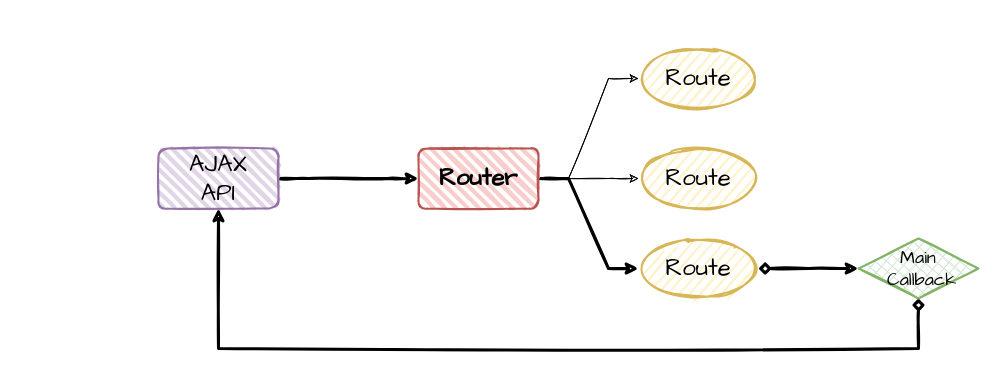
KonghaYao/jspider keeps this draw.io diagram as FakeServer/FakeServer.drawio. Above is the earlier version. Source tidied: cells renumbered, new cells numbered last; positions are measured from the earlier drawing's top-left corner, leaving out a move shared by most shapes. Both pictures are drawn from the tidied source at 100%, with x=0, y=0 at pixel (158, 48).
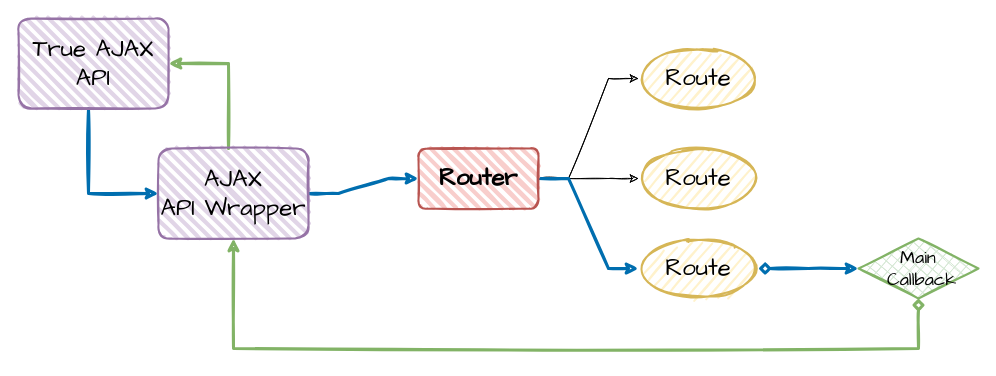
The same diagram, later.

The change refers to these unchanged cells:
```xml
<mxCell id="5" value="Router" style="rounded=1;whiteSpace=wrap;html=1;strokeWidth=2;fillWeight=4;hachureGap=8;hachureAngle=45;fillColor=#f8cecc;sketch=1;strokeColor=#b85450;fontStyle=1;fontFamily=Comic Sans MS;fontSize=24;" parent="1" vertex="1">
  <mxGeometry x="260" y="100" width="120" height="60" as="geometry" />
</mxCell>
<mxCell id="11" value="Route" style="ellipse;whiteSpace=wrap;html=1;strokeWidth=2;fillWeight=2;hachureGap=8;fillColor=#fff2cc;fillStyle=dots;sketch=1;fontFamily=Comic Sans MS;fontSize=24;strokeColor=#d6b656;" parent="1" vertex="1">
  <mxGeometry x="480" y="190" width="120" height="60" as="geometry" />
</mxCell>
<mxCell id="13" value="Main&lt;br&gt;&amp;nbsp;Callback" style="rhombus;whiteSpace=wrap;html=1;strokeWidth=2;fillWeight=-1;hachureGap=8;fillStyle=cross-hatch;fillColor=#d5e8d4;sketch=1;fontFamily=Comic Sans MS;fontSize=18;strokeColor=#82b366;" parent="1" vertex="1">
  <mxGeometry x="700" y="190" width="120" height="60" as="geometry" />
</mxCell>
```

Change to the diagram source:
```diff
@@
-    <mxCell id="4" style="edgeStyle=entityRelationEdgeStyle;rounded=0;sketch=1;jettySize=auto;html=1;fontFamily=Comic Sans MS;fontSize=24;strokeWidth=3;" parent="1" edge="1" source="5" target="11">
+    <mxCell id="4" style="edgeStyle=entityRelationEdgeStyle;rounded=0;sketch=1;jettySize=auto;html=1;fontFamily=Comic Sans MS;fontSize=24;strokeWidth=3;fillColor=#1ba1e2;strokeColor=#006EAF;" parent="1" edge="1" source="5" target="11">
       <mxGeometry relative="1" as="geometry" />
     </mxCell>
@@
-    <mxCell id="6" style="edgeStyle=entityRelationEdgeStyle;rounded=0;jettySize=auto;html=1;entryX=0;entryY=0.5;entryDx=0;entryDy=0;fontFamily=Comic Sans MS;fontSize=24;sketch=1;strokeWidth=3;" parent="1" edge="1" source="7" target="5">
+    <mxCell id="6" style="edgeStyle=entityRelationEdgeStyle;rounded=0;jettySize=auto;html=1;entryX=0;entryY=0.5;entryDx=0;entryDy=0;fontFamily=Comic Sans MS;fontSize=24;sketch=1;strokeWidth=3;fillColor=#1ba1e2;strokeColor=#006EAF;" parent="1" edge="1" source="7" target="5">
       <mxGeometry relative="1" as="geometry" />
     </mxCell>
+    <mxCell id="14" style="edgeStyle=elbowEdgeStyle;rounded=0;sketch=1;jettySize=auto;html=1;entryX=1;entryY=0.5;entryDx=0;entryDy=0;strokeWidth=3;fillColor=#d5e8d4;strokeColor=#82b366;" parent="1" edge="1" source="7" target="16">
+      <mxGeometry relative="1" as="geometry">
+        <Array as="points">
+          <mxPoint x="70" y="50" />
+        </Array>
+      </mxGeometry>
+    </mxCell>
-    <mxCell id="7" value="AJAX&lt;br&gt;API" style="rounded=1;whiteSpace=wrap;html=1;strokeWidth=2;fillWeight=4;hachureGap=8;hachureAngle=45;fillColor=#e1d5e7;sketch=1;fontFamily=Comic Sans MS;fontSize=24;strokeColor=#9673a6;" parent="1" vertex="1">
-      <mxGeometry y="100" width="120" height="60" as="geometry" />
+    <mxCell id="7" value="AJAX&lt;br&gt;API Wrapper" style="rounded=1;whiteSpace=wrap;html=1;strokeWidth=2;fillWeight=4;hachureGap=8;hachureAngle=45;fillColor=#e1d5e7;sketch=1;fontFamily=Comic Sans MS;fontSize=24;strokeColor=#9673a6;" parent="1" vertex="1">
+      <mxGeometry y="100" width="150" height="90" as="geometry" />
     </mxCell>
@@
-    <mxCell id="10" style="edgeStyle=elbowEdgeStyle;rounded=0;sketch=1;jettySize=auto;elbow=vertical;html=1;entryX=0;entryY=0.5;entryDx=0;entryDy=0;fontFamily=Comic Sans MS;fontSize=18;startArrow=diamond;startFill=1;strokeWidth=3;" parent="1" edge="1" source="11" target="13">
+    <mxCell id="10" style="edgeStyle=elbowEdgeStyle;rounded=0;sketch=1;jettySize=auto;elbow=vertical;html=1;entryX=0;entryY=0.5;entryDx=0;entryDy=0;fontFamily=Comic Sans MS;fontSize=18;startArrow=diamond;startFill=1;strokeWidth=3;fillColor=#1ba1e2;strokeColor=#006EAF;" parent="1" edge="1" source="11" target="13">
       <mxGeometry relative="1" as="geometry" />
     </mxCell>
@@
-    <mxCell id="12" style="edgeStyle=elbowEdgeStyle;rounded=0;sketch=1;jettySize=auto;html=1;fontFamily=Comic Sans MS;fontSize=18;startArrow=diamond;startFill=1;elbow=vertical;entryX=0.5;entryY=1;entryDx=0;entryDy=0;strokeWidth=3;" parent="1" edge="1" source="13" target="7">
+    <mxCell id="12" style="edgeStyle=elbowEdgeStyle;rounded=0;sketch=1;jettySize=auto;html=1;fontFamily=Comic Sans MS;fontSize=18;startArrow=diamond;startFill=1;elbow=vertical;entryX=0.5;entryY=1;entryDx=0;entryDy=0;strokeWidth=3;fillColor=#d5e8d4;strokeColor=#82b366;" parent="1" edge="1" source="13" target="7">
       <mxGeometry relative="1" as="geometry">
         <Array as="points">
           <mxPoint x="420" y="300" />
         </Array>
       </mxGeometry>
     </mxCell>
@@
+    <mxCell id="15" style="edgeStyle=elbowEdgeStyle;rounded=0;sketch=1;jettySize=auto;html=1;entryX=0;entryY=0.5;entryDx=0;entryDy=0;strokeWidth=3;fillColor=#1ba1e2;strokeColor=#006EAF;" parent="1" edge="1" source="16" target="7">
+      <mxGeometry relative="1" as="geometry">
+        <Array as="points">
+          <mxPoint x="-70" y="120" />
+        </Array>
+      </mxGeometry>
+    </mxCell>
+    <mxCell id="16" value="True AJAX API" style="rounded=1;whiteSpace=wrap;html=1;strokeWidth=2;fillWeight=4;hachureGap=8;hachureAngle=45;fillColor=#e1d5e7;sketch=1;fontFamily=Comic Sans MS;fontSize=24;strokeColor=#9673a6;" parent="1" vertex="1">
+      <mxGeometry x="-140" y="-30" width="150" height="90" as="geometry" />
+    </mxCell>
```
